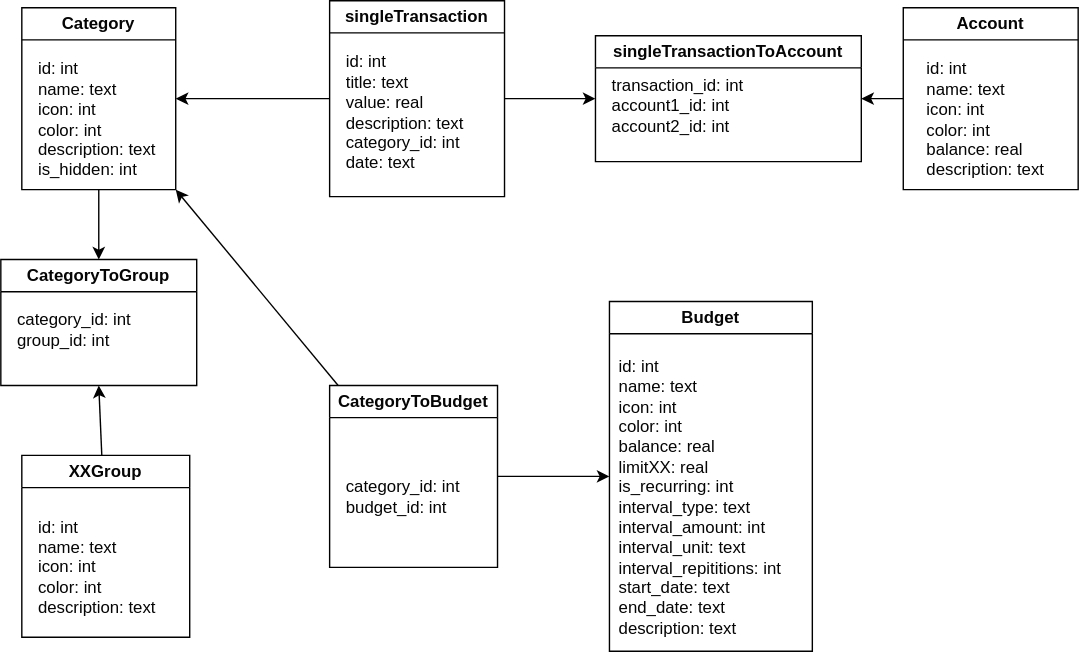
The draw.io diagram docs/db.drawio.svg in budgetiser/budgetiser, before a commit. Source tidied: cells renumbered, new cells last; positions are measured from the earlier drawing's top-left corner, leaving out a move shared by most shapes.
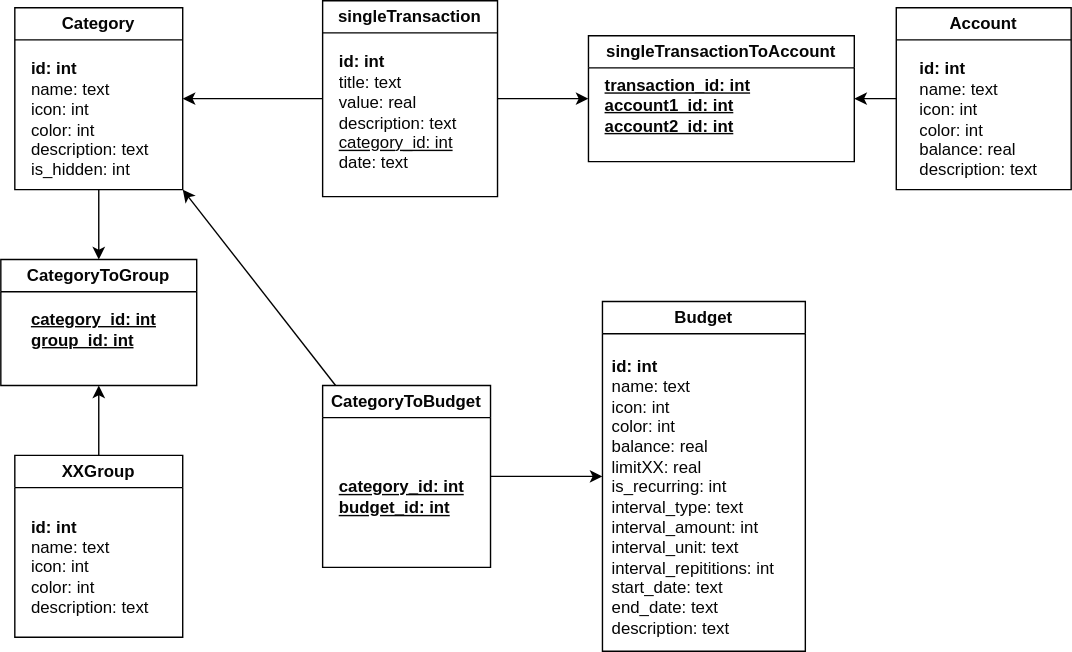
After the change.

Diff of the diagram source:
```diff
@@ -8,7 +8,7 @@
     <mxCell id="3" value="singleTransaction" style="swimlane;whiteSpace=wrap;html=1;rounded=0;fillStyle=auto;gradientColor=none;shadow=0;glass=0;strokeColor=#000000;fontColor=#050505;labelBackgroundColor=none;fillColor=none;" parent="1" vertex="1">
       <mxGeometry x="235" width="125" height="140" as="geometry" />
     </mxCell>
-    <mxCell id="4" value="id: int&lt;br&gt;title: text&lt;br&gt;value: real&lt;br&gt;description: text&lt;br&gt;category_id: int&lt;br&gt;date: text" style="text;html=1;align=left;verticalAlign=middle;strokeColor=none;fillColor=none;rounded=0;fontColor=#050505;labelBackgroundColor=none;" parent="3" vertex="1">
+    <mxCell id="4" value="&lt;b&gt;id: int&lt;br&gt;&lt;/b&gt;title: text&lt;br&gt;value: real&lt;br&gt;description: text&lt;br&gt;&lt;u&gt;category_id: int&lt;br&gt;&lt;/u&gt;date: text" style="text;html=1;align=left;verticalAlign=middle;strokeColor=none;fillColor=none;rounded=0;fontColor=#050505;labelBackgroundColor=none;" parent="3" vertex="1">
       <mxGeometry x="10" y="30" width="110" height="100" as="geometry" />
     </mxCell>
     <mxCell id="5" style="edgeStyle=none;html=1;entryX=1;entryY=0.5;entryDx=0;entryDy=0;rounded=0;strokeColor=#000000;fontColor=#050505;labelBackgroundColor=none;" parent="1" edge="1" source="6" target="22">
@@ -17,16 +17,16 @@
     <mxCell id="6" value="Account" style="swimlane;whiteSpace=wrap;html=1;rounded=0;strokeColor=#000000;fontColor=#050505;labelBackgroundColor=none;fillColor=none;" parent="1" vertex="1">
       <mxGeometry x="645" y="5" width="125" height="130" as="geometry" />
     </mxCell>
-    <mxCell id="7" value="id: int&lt;br&gt;name: text&lt;br&gt;icon: int&lt;br&gt;color: int&lt;br&gt;balance: real&lt;br&gt;description: text" style="text;html=1;align=left;verticalAlign=middle;strokeColor=none;fillColor=none;rounded=0;fontColor=#050505;labelBackgroundColor=none;" parent="6" vertex="1">
+    <mxCell id="7" value="&lt;b&gt;id: int&lt;br&gt;&lt;/b&gt;name: text&lt;br&gt;icon: int&lt;br&gt;color: int&lt;br&gt;balance: real&lt;br&gt;description: text" style="text;html=1;align=left;verticalAlign=middle;strokeColor=none;fillColor=none;rounded=0;fontColor=#050505;labelBackgroundColor=none;" parent="6" vertex="1">
       <mxGeometry x="15" y="30" width="110" height="100" as="geometry" />
     </mxCell>
     <mxCell id="8" style="edgeStyle=none;html=1;entryX=0.5;entryY=0;entryDx=0;entryDy=0;rounded=0;strokeColor=#000000;fontColor=#050505;labelBackgroundColor=none;" parent="1" edge="1" source="9" target="20">
       <mxGeometry relative="1" as="geometry" />
     </mxCell>
     <mxCell id="9" value="Category" style="swimlane;whiteSpace=wrap;html=1;rounded=0;strokeColor=#000000;fontColor=#050505;labelBackgroundColor=none;fillColor=none;" parent="1" vertex="1">
-      <mxGeometry x="15" y="5" width="110" height="130" as="geometry" />
+      <mxGeometry x="15" y="5" width="120" height="130" as="geometry" />
     </mxCell>
-    <mxCell id="10" value="id: int&lt;br&gt;name: text&lt;br&gt;icon: int&lt;br&gt;color: int&lt;br&gt;description: text&lt;br&gt;is_hidden: int" style="text;html=1;align=left;verticalAlign=middle;strokeColor=none;fillColor=none;rounded=0;fontColor=#050505;labelBackgroundColor=none;" parent="9" vertex="1">
+    <mxCell id="10" value="&lt;b&gt;id: int&lt;br&gt;&lt;/b&gt;name: text&lt;br&gt;icon: int&lt;br&gt;color: int&lt;br&gt;description: text&lt;br&gt;is_hidden: int" style="text;html=1;align=left;verticalAlign=middle;strokeColor=none;fillColor=none;rounded=0;fontColor=#050505;labelBackgroundColor=none;" parent="9" vertex="1">
       <mxGeometry x="10" y="30" width="110" height="100" as="geometry" />
     </mxCell>
     <mxCell id="11" style="edgeStyle=none;html=1;entryX=0.5;entryY=1;entryDx=0;entryDy=0;rounded=0;strokeColor=#000000;fontColor=#050505;labelBackgroundColor=none;" parent="1" edge="1" source="12" target="20">
@@ -35,13 +35,13 @@
     <mxCell id="12" value="XXGroup" style="swimlane;whiteSpace=wrap;html=1;rounded=0;strokeColor=#000000;fontColor=#050505;labelBackgroundColor=none;fillColor=none;" parent="1" vertex="1">
       <mxGeometry x="15" y="325" width="120" height="130" as="geometry" />
     </mxCell>
-    <mxCell id="13" value="id: int&lt;br&gt;name: text&lt;br&gt;icon: int&lt;br&gt;color: int&lt;br&gt;description: text" style="text;html=1;align=left;verticalAlign=middle;strokeColor=none;fillColor=none;rounded=0;fontColor=#050505;labelBackgroundColor=none;" parent="12" vertex="1">
+    <mxCell id="13" value="&lt;b&gt;id: int&lt;br&gt;&lt;/b&gt;name: text&lt;br&gt;icon: int&lt;br&gt;color: int&lt;br&gt;description: text" style="text;html=1;align=left;verticalAlign=middle;strokeColor=none;fillColor=none;rounded=0;fontColor=#050505;labelBackgroundColor=none;" parent="12" vertex="1">
       <mxGeometry x="10" y="35" width="110" height="90" as="geometry" />
     </mxCell>
     <mxCell id="14" value="Budget" style="swimlane;whiteSpace=wrap;html=1;rounded=0;labelBackgroundColor=none;labelBorderColor=none;gradientColor=none;fillColor=none;strokeColor=#000000;fontColor=#050505;" parent="1" vertex="1">
       <mxGeometry x="435" y="215" width="145" height="250" as="geometry" />
     </mxCell>
-    <mxCell id="15" value="id: int&lt;br&gt;name: text&lt;br&gt;icon: int&lt;br&gt;color: int&lt;br&gt;balance: real&lt;br&gt;limitXX: real&lt;br&gt;is_recurring: int&lt;br&gt;interval_type: text&lt;br&gt;interval_amount: int&lt;br&gt;interval_unit: text&lt;br&gt;interval_repititions: int&lt;br&gt;start_date: text&lt;br&gt;end_date: text&lt;br&gt;description: text" style="text;html=1;align=left;verticalAlign=middle;strokeColor=none;fillColor=none;rounded=0;fontColor=#050505;labelBackgroundColor=none;" parent="14" vertex="1">
+    <mxCell id="15" value="&lt;b&gt;id: int&lt;br&gt;&lt;/b&gt;name: text&lt;br&gt;icon: int&lt;br&gt;color: int&lt;br&gt;balance: real&lt;br&gt;limitXX: real&lt;br&gt;is_recurring: int&lt;br&gt;interval_type: text&lt;br&gt;interval_amount: int&lt;br&gt;interval_unit: text&lt;br&gt;interval_repititions: int&lt;br&gt;start_date: text&lt;br&gt;end_date: text&lt;br&gt;description: text" style="text;html=1;align=left;verticalAlign=middle;strokeColor=none;fillColor=none;rounded=0;fontColor=#050505;labelBackgroundColor=none;" parent="14" vertex="1">
       <mxGeometry x="5" y="30" width="140" height="220" as="geometry" />
     </mxCell>
     <mxCell id="16" style="edgeStyle=none;html=1;entryX=1;entryY=1;entryDx=0;entryDy=0;rounded=0;strokeColor=#000000;fontColor=#050505;labelBackgroundColor=none;" parent="1" edge="1" source="18" target="9">
@@ -53,20 +53,20 @@
     <mxCell id="18" value="CategoryToBudget" style="swimlane;whiteSpace=wrap;html=1;rounded=0;strokeColor=#000000;fontColor=#050505;labelBackgroundColor=none;fillColor=none;" parent="1" vertex="1">
       <mxGeometry x="235" y="275" width="120" height="130" as="geometry" />
     </mxCell>
-    <mxCell id="19" value="category_id: int&lt;br&gt;budget_id: int" style="text;html=1;align=left;verticalAlign=middle;strokeColor=none;fillColor=none;rounded=0;fontColor=#050505;labelBackgroundColor=none;" parent="18" vertex="1">
-      <mxGeometry x="10" y="60" width="100" height="40" as="geometry" />
+    <mxCell id="19" value="&lt;b&gt;&lt;u&gt;category_id: int&lt;br&gt;budget_id: int&lt;/u&gt;&lt;/b&gt;" style="text;html=1;align=left;verticalAlign=middle;strokeColor=none;fillColor=none;rounded=0;fontColor=#050505;labelBackgroundColor=none;" parent="18" vertex="1">
+      <mxGeometry x="10" y="60" width="110" height="40" as="geometry" />
     </mxCell>
     <mxCell id="20" value="CategoryToGroup" style="swimlane;whiteSpace=wrap;html=1;rounded=0;strokeColor=#000000;fontColor=#050505;labelBackgroundColor=none;fillColor=none;" parent="1" vertex="1">
-      <mxGeometry y="185" width="140" height="90" as="geometry" />
+      <mxGeometry x="5" y="185" width="140" height="90" as="geometry" />
     </mxCell>
-    <mxCell id="21" value="category_id: int&lt;br&gt;group_id: int" style="text;html=1;align=left;verticalAlign=middle;strokeColor=none;fillColor=none;rounded=0;fontColor=#050505;labelBackgroundColor=none;" parent="20" vertex="1">
-      <mxGeometry x="10" y="30" width="100" height="40" as="geometry" />
+    <mxCell id="21" value="&lt;b&gt;&lt;u&gt;category_id: int&lt;br&gt;group_id: int&lt;/u&gt;&lt;/b&gt;" style="text;html=1;align=left;verticalAlign=middle;strokeColor=none;fillColor=none;rounded=0;fontColor=#050505;labelBackgroundColor=none;" parent="20" vertex="1">
+      <mxGeometry x="20" y="30" width="110" height="40" as="geometry" />
     </mxCell>
     <mxCell id="22" value="singleTransactionToAccount" style="swimlane;whiteSpace=wrap;html=1;rounded=0;strokeColor=#000000;fontColor=#050505;labelBackgroundColor=none;fillColor=none;" parent="1" vertex="1">
       <mxGeometry x="425" y="25" width="190" height="90" as="geometry" />
     </mxCell>
-    <mxCell id="23" value="transaction_id: int&lt;br&gt;account1_id: int&lt;br&gt;account2_id: int" style="text;html=1;align=left;verticalAlign=middle;strokeColor=none;fillColor=none;rounded=0;fontColor=#050505;labelBackgroundColor=none;" parent="22" vertex="1">
-      <mxGeometry x="10" y="20" width="120" height="60" as="geometry" />
+    <mxCell id="23" value="&lt;b&gt;&lt;u&gt;transaction_id: int&lt;br&gt;account1_id: int&lt;br&gt;account2_id: int&lt;/u&gt;&lt;/b&gt;" style="text;html=1;align=left;verticalAlign=middle;strokeColor=none;fillColor=none;rounded=0;fontColor=#050505;labelBackgroundColor=none;" parent="22" vertex="1">
+      <mxGeometry x="10" y="20" width="130" height="60" as="geometry" />
     </mxCell>
     <mxCell id="24" style="edgeStyle=none;html=1;entryX=1;entryY=0.5;entryDx=0;entryDy=0;exitX=0;exitY=0.5;exitDx=0;exitDy=0;rounded=0;strokeColor=#000000;fontColor=#050505;labelBackgroundColor=none;" parent="1" edge="1" source="3" target="9">
       <mxGeometry relative="1" as="geometry" />
```
